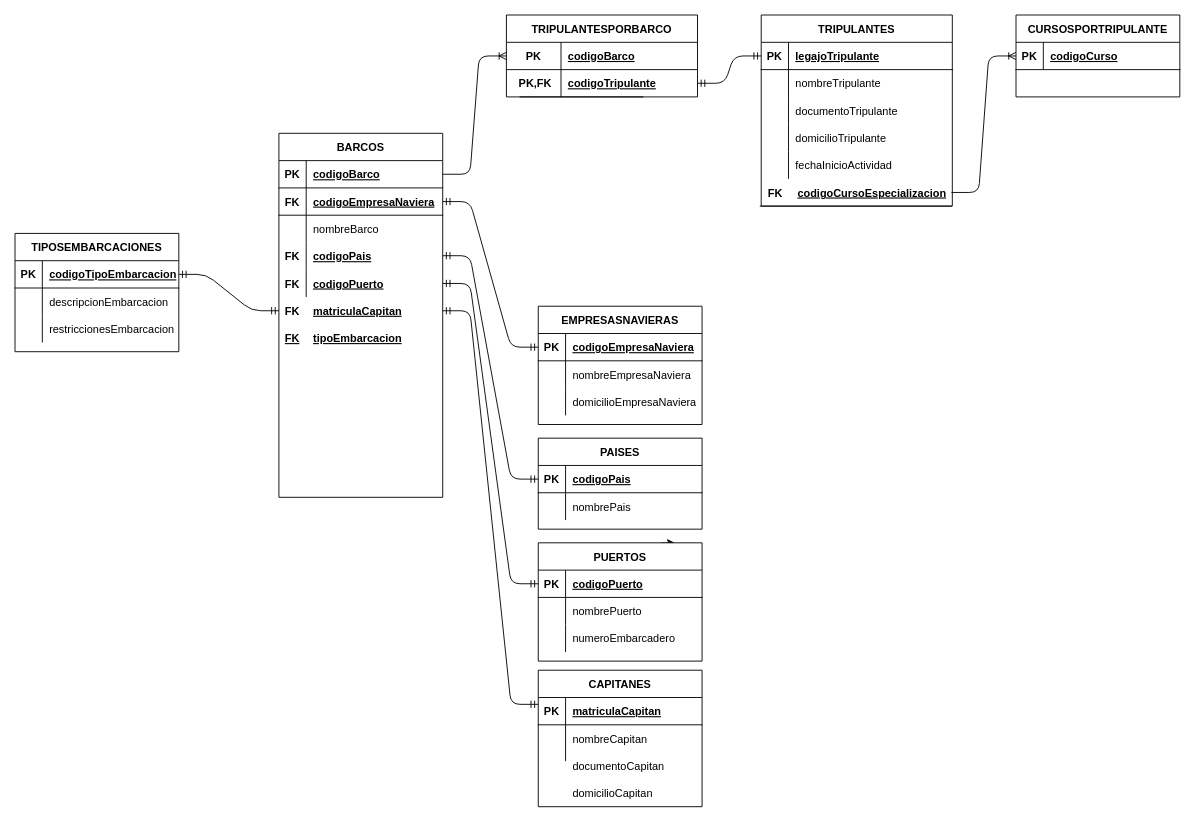
Above: TPI_Barcos/DER.drawio in FedericoRocca/DyADDBB_1erCuatrimestre_2021 (draw.io), before the change. Source tidied: cells renumbered, new cells numbered last; positions are measured from the earlier drawing's top-left corner, leaving out a move shared by most shapes. Both pictures are drawn from the tidied source at 91%, with x=0, y=0 at pixel (15, 15).
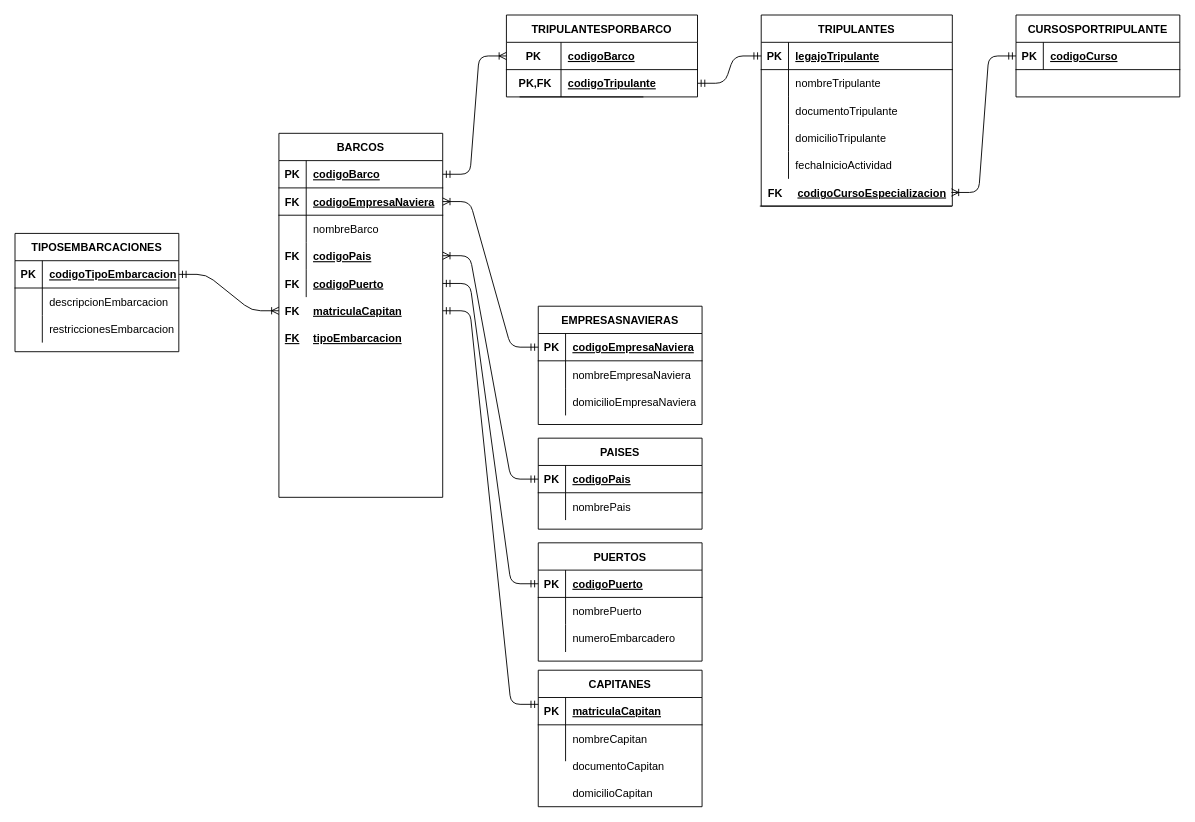
Above is the later version.

Unchanged cells that the change refers to:
```xml
<mxCell id="3" style="shape=partialRectangle;fillColor=none;top=0;left=0;bottom=1;right=0;points=[[0,0.5],[1,0.5]];portConstraint=eastwest;" parent="2" vertex="1">
  <mxGeometry y="30" width="180" height="30" as="geometry" />
</mxCell>
<mxCell id="6" style="shape=partialRectangle;fillColor=none;top=0;left=0;bottom=1;right=0;points=[[0,0.5],[1,0.5]];portConstraint=eastwest;" parent="2" vertex="1">
  <mxGeometry y="60" width="180" height="30" as="geometry" />
</mxCell>
<mxCell id="24" style="shape=partialRectangle;fillColor=none;top=0;left=0;bottom=0;right=0;points=[[0,0.5],[1,0.5]];portConstraint=eastwest;" parent="1" vertex="1">
  <mxGeometry x="290" y="310" width="180" height="30" as="geometry" />
</mxCell>
<mxCell id="37" style="shape=partialRectangle;fillColor=none;top=0;left=0;bottom=1;right=0;points=[[0,0.5],[1,0.5]];portConstraint=eastwest;" parent="36" vertex="1">
  <mxGeometry y="30" width="180" height="30" as="geometry" />
</mxCell>
<mxCell id="48" style="shape=partialRectangle;fillColor=none;top=0;left=0;bottom=1;right=0;points=[[0,0.5],[1,0.5]];portConstraint=eastwest;" parent="47" vertex="1">
  <mxGeometry y="30" width="180" height="30" as="geometry" />
</mxCell>
<mxCell id="56" value="PUERTOS" style="shape=table;startSize=30;childLayout=tableLayout;rowLines=0;fontStyle=1;align=center;" parent="1" vertex="1">
  <mxGeometry x="575" y="580" width="180" height="130" as="geometry" />
</mxCell>
<mxCell id="76" style="shape=partialRectangle;fillColor=none;top=0;left=0;bottom=1;right=0;points=[[0,0.5],[1,0.5]];portConstraint=eastwest;" parent="75" vertex="1">
  <mxGeometry y="30" width="210" height="30" as="geometry" />
</mxCell>
<mxCell id="103" style="shape=partialRectangle;fillColor=none;top=0;left=0;bottom=1;right=0;points=[[0,0.5],[1,0.5]];portConstraint=eastwest;" parent="1" vertex="1">
  <mxGeometry x="819" y="180" width="210" height="30" as="geometry" />
</mxCell>
<mxCell id="107" style="shape=partialRectangle;fillColor=none;top=0;left=0;bottom=1;right=0;points=[[0,0.5],[1,0.5]];portConstraint=eastwest;" parent="106" vertex="1">
  <mxGeometry y="30" width="180" height="30" as="geometry" />
</mxCell>
<mxCell id="112" style="shape=partialRectangle;fillColor=none;top=0;left=0;bottom=1;right=0;points=[[0,0.5],[1,0.5]];portConstraint=eastwest;" parent="111" vertex="1">
  <mxGeometry y="30" width="180" height="30" as="geometry" />
</mxCell>
```

Diff of the diagram source:
```diff
@@
-    <mxCell id="46" style="edgeStyle=entityRelationEdgeStyle;fontSize=12;html=1;endArrow=ERmandOne;startArrow=ERmandOne;entryX=0;entryY=0.5;entryDx=0;entryDy=0;" parent="1" edge="1" source="6" target="37">
+    <mxCell id="46" style="edgeStyle=entityRelationEdgeStyle;fontSize=12;html=1;endArrow=ERmandOne;startArrow=ERoneToMany;entryX=0;entryY=0.5;entryDx=0;entryDy=0;startFill=0;" parent="1" edge="1" source="6" target="37">
       <mxGeometry relative="1" as="geometry" />
     </mxCell>
@@
-    <mxCell id="54" style="edgeStyle=entityRelationEdgeStyle;fontSize=12;html=1;endArrow=ERmandOne;startArrow=ERmandOne;entryX=0;entryY=0.5;entryDx=0;entryDy=0;" parent="1" edge="1" target="48">
+    <mxCell id="54" style="edgeStyle=entityRelationEdgeStyle;fontSize=12;html=1;endArrow=ERmandOne;startArrow=ERoneToMany;entryX=0;entryY=0.5;entryDx=0;entryDy=0;startFill=0;" parent="1" edge="1" target="48">
       <mxGeometry relative="1" as="geometry">
         <mxPoint x="470" y="264.5" as="sourcePoint" />
       </mxGeometry>
     </mxCell>
-    <mxCell id="55" style="edgeStyle=orthogonalEdgeStyle;rounded=0;jettySize=auto;html=1;exitX=0.75;exitY=0;exitDx=0;exitDy=0;" parent="1" edge="1" source="56">
-      <mxGeometry relative="1" as="geometry">
-        <mxPoint x="725" y="580" as="targetPoint" />
-      </mxGeometry>
-    </mxCell>
@@
-    <mxCell id="82" style="edgeStyle=entityRelationEdgeStyle;fontSize=12;html=1;endArrow=ERoneToMany;exitX=1;exitY=0.5;exitDx=0;exitDy=0;entryX=0;entryY=0.5;entryDx=0;entryDy=0;" parent="1" edge="1" source="3" target="76">
+    <mxCell id="82" style="edgeStyle=entityRelationEdgeStyle;fontSize=12;html=1;endArrow=ERoneToMany;exitX=1;exitY=0.5;exitDx=0;exitDy=0;entryX=0;entryY=0.5;entryDx=0;entryDy=0;startArrow=ERmandOne;startFill=0;" parent="1" edge="1" source="3" target="76">
       <mxGeometry relative="1" as="geometry" />
     </mxCell>
@@
-    <mxCell id="110" style="edgeStyle=entityRelationEdgeStyle;fontSize=12;html=1;endArrow=ERoneToMany;exitX=1;exitY=0.5;exitDx=0;exitDy=0;entryX=0;entryY=0.5;entryDx=0;entryDy=0;" parent="1" edge="1" source="103" target="107">
+    <mxCell id="110" style="edgeStyle=entityRelationEdgeStyle;fontSize=12;html=1;endArrow=ERmandOne;exitX=1;exitY=0.5;exitDx=0;exitDy=0;entryX=0;entryY=0.5;entryDx=0;entryDy=0;endFill=0;startArrow=ERoneToMany;startFill=0;" parent="1" edge="1" source="103" target="107">
       <mxGeometry relative="1" as="geometry" />
     </mxCell>
@@
-    <mxCell id="121" style="shape=table;startSize=0;childLayout=tableLayout;rowLines=0;fontStyle=0;align=center;strokeColor=none;fillColor=none;" parent="1" vertex="1">
+    <mxCell id="121" style="shape=table;startSize=0;childLayout=tableLayout;rowLines=0;fontStyle=0;align=center;fillColor=none;strokeColor=none;" parent="1" vertex="1">
       <mxGeometry x="290" y="340" width="180" height="30" as="geometry" />
     </mxCell>
@@
-    <mxCell id="125" style="edgeStyle=entityRelationEdgeStyle;fontSize=12;html=1;endArrow=ERmandOne;startArrow=ERmandOne;entryX=1;entryY=0.5;entryDx=0;entryDy=0;exitX=0;exitY=0.5;exitDx=0;exitDy=0;" parent="1" edge="1" source="24" target="112">
+    <mxCell id="125" style="edgeStyle=entityRelationEdgeStyle;fontSize=12;html=1;endArrow=ERmandOne;startArrow=ERoneToMany;entryX=1;entryY=0.5;entryDx=0;entryDy=0;exitX=0;exitY=0.5;exitDx=0;exitDy=0;startFill=0;" parent="1" edge="1" source="24" target="112">
       <mxGeometry relative="1" as="geometry" />
     </mxCell>
```
